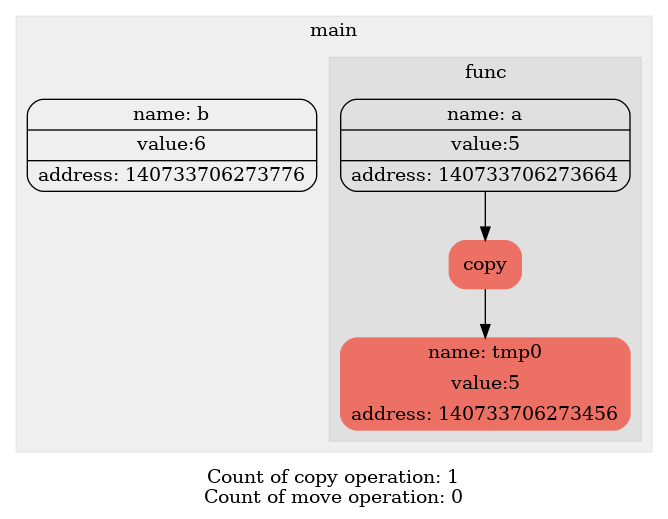
This is graph.png from levasemin/Move_Semantic, a Graphviz export, as it was before one commit. Its source is kept beside it as graph.dot.
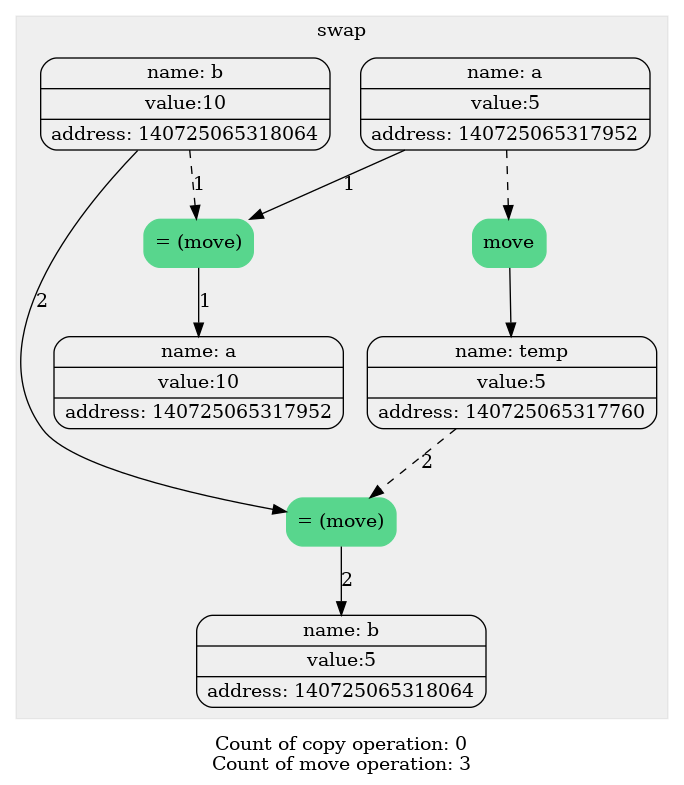
After the change.

Diff of the diagram source:
```diff
@@ -2,21 +2,29 @@
 trankdir=HR;
 node[shape=Mrecord];
 
+1[label="{ {name: tmp0} | {value:5} | {address: 140725065317952}} " color="#EC7063"style="filled"];
+1[label="{ {name: a} | {value:5} | {address: 140725065317952}} " color=""style=""];
+2[label="{ {name: tmp1} | {value:10} | {address: 140725065318064}} " color="#EC7063"style="filled"];
+2[label="{ {name: b} | {value:10} | {address: 140725065318064}} " color=""style=""];
 subgraph "cluster_0" {
-label = main;
+label = swap;
 style= filled
 color = "#00000010";
-1[label="{ {name: a} | {value:5} | {address: 140733706273664}} " color=""style=""];
-2[label="{ {name: b} | {value:6} | {address: 140733706273776}} " color=""style=""];
-subgraph "cluster_1" {
-label = func;
-style= filled
-color = "#00000010";
-3[label="copy" color = "#EC7063" style = "filled"];
-1->3;
-4[label="{ {name: tmp0} | {value:5} | {address: 140733706273456}} " color="#EC7063"style="filled"];
-3->4;
+3[label="move" color = "#58D68D" style = "filled"];
+edge[style = "dashed" color = ""label = ""]1->3;
+4[label="{ {name: tmp2} | {value:5} | {address: 140725065317760}} " color="#58D68D"style="filled"];
+edge[style = "" color = ""label = ""]3->4;
+4[label="{ {name: temp} | {value:5} | {address: 140725065317760}} " color=""style=""];
+5[label="= (move)" color = "#58D68D" style = "filled"];
+edge[style = "" color = ""label = "1"]1->5;
+edge[style = "dashed" color = ""label = "1"]2->5;
+6[label="{ {name: a} | {value:10} | {address: 140725065317952}} " color=""style=""];
+edge[style = "" color = ""label = "1"]5->6;
+7[label="= (move)" color = "#58D68D" style = "filled"];
+edge[style = "" color = ""label = "2"]2->7;
+edge[style = "dashed" color = ""label = "2"]4->7;
+8[label="{ {name: b} | {value:5} | {address: 140725065318064}} " color=""style=""];
+edge[style = "" color = ""label = "2"]7->8;
 }
-}
-label="Count of copy operation: 1
-Count of move operation: 0"}
+label="Count of copy operation: 0
+Count of move operation: 3"}
```
